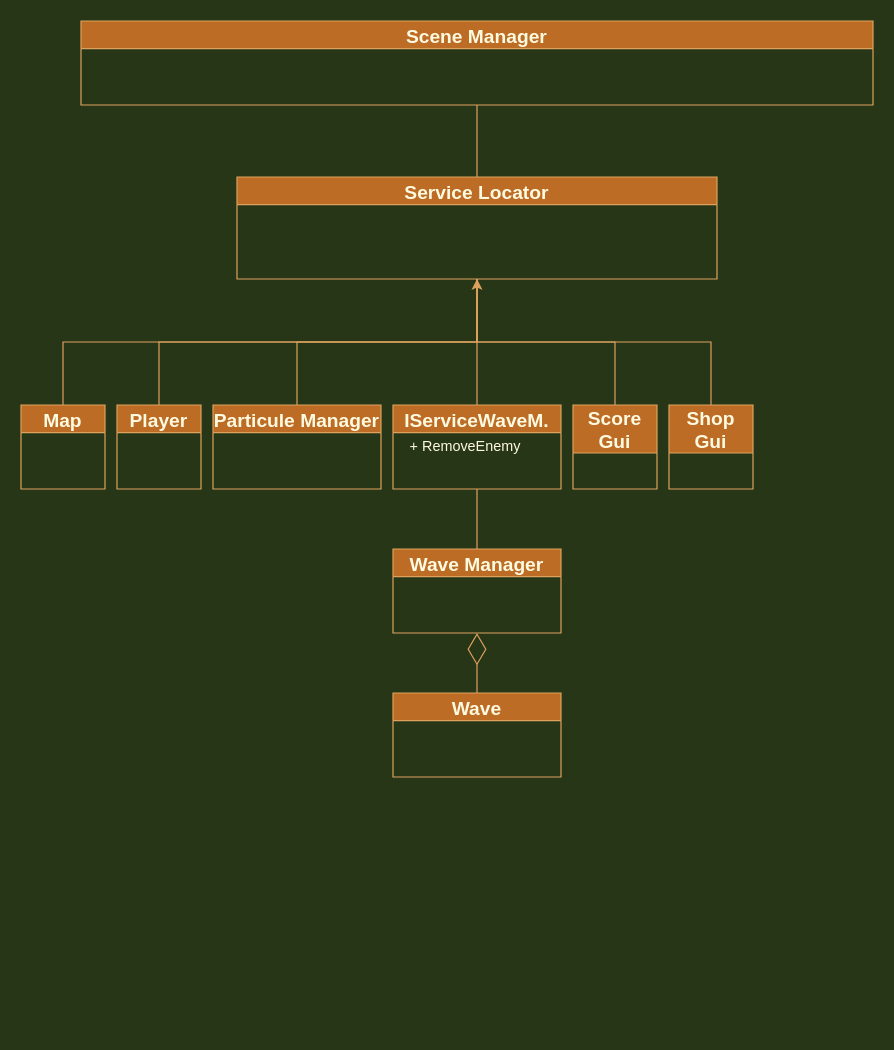
Earlier version of the draw.io diagram flow_chart/Uml.drawio (MounirAia/Web-Shoot-em-up). Source tidied: cells renumbered, new cells numbered last; positions are measured from the earlier drawing's top-left corner, leaving out a move shared by most shapes. Both pictures are drawn from the tidied source at 120%, with x=0, y=0 at pixel (20, 20).
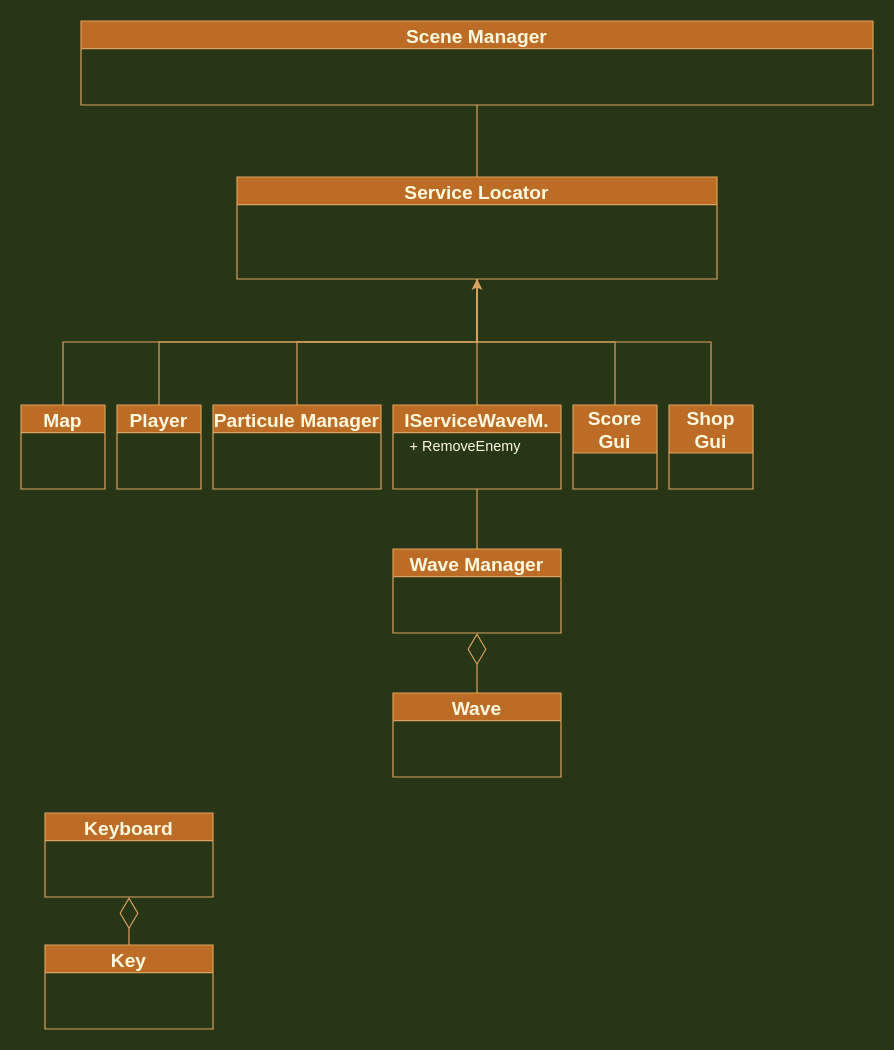
The same page after the edit.

The edit, as a diff of the source:
```diff
@@
+    <mxCell id="24" value="Keyboard" style="swimlane;fontSize=16;fillColor=#BC6C25;strokeColor=#DDA15E;fontColor=#FEFAE0;" parent="1" vertex="1">
+      <mxGeometry x="20" y="660" width="140" height="70" as="geometry" />
+    </mxCell>
+    <mxCell id="25" style="endArrow=diamondThin;endFill=0;endSize=24;html=1;rounded=0;entryX=0.5;entryY=1;entryDx=0;entryDy=0;labelBackgroundColor=#283618;strokeColor=#DDA15E;fontColor=#FEFAE0;exitX=0.5;exitY=0;exitDx=0;exitDy=0;" parent="1" edge="1" source="26" target="24">
+      <mxGeometry relative="1" as="geometry" />
+    </mxCell>
+    <mxCell id="26" value="Key" style="swimlane;fontSize=16;fillColor=#BC6C25;strokeColor=#DDA15E;fontColor=#FEFAE0;" parent="1" vertex="1">
+      <mxGeometry x="20" y="770" width="140" height="70" as="geometry" />
+    </mxCell>
```
